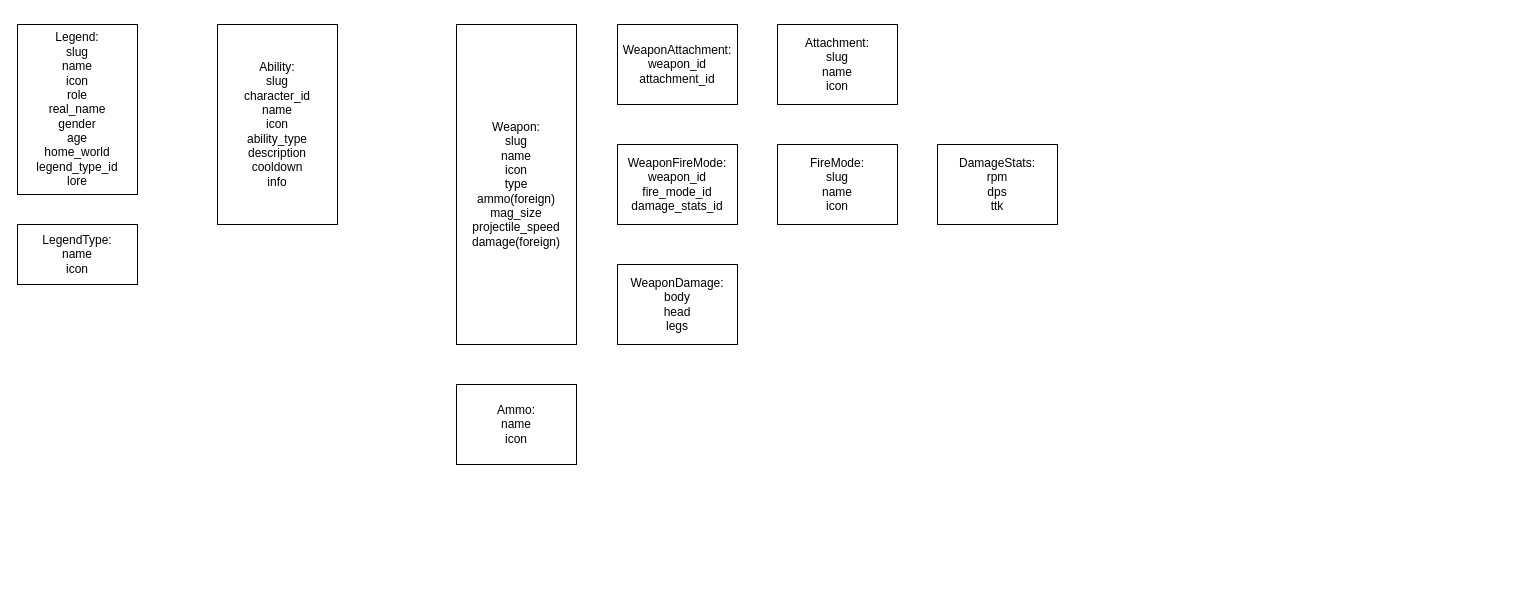
The draw.io diagram docs/db_diagram_v1.0.drawio in mys1erious/apex-buff-backend, before the edit. Source tidied: cells renumbered, new cells numbered last; positions are measured from the earlier drawing's top-left corner, leaving out a move shared by most shapes. Both pictures are drawn from the tidied source at 100%, with x=0, y=0 at pixel (17, 24).
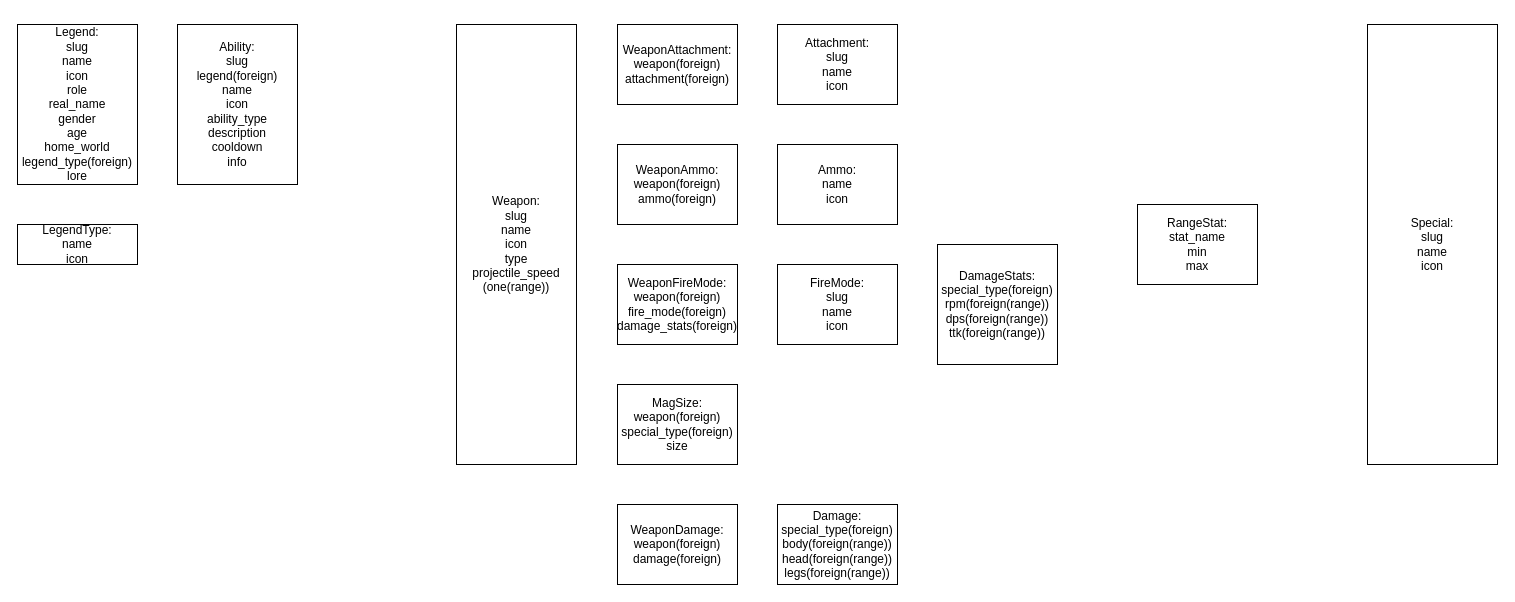
After the change.

Change to the diagram source:
```diff
@@
 <mxGraphModel>
   <root>
     <mxCell id="0" />
     <mxCell id="1" parent="0" />
     <mxCell id="2" style="edgeStyle=orthogonalEdgeStyle;rounded=0;orthogonalLoop=1;jettySize=auto;html=1;exitX=0.5;exitY=0;exitDx=0;exitDy=0;exitPerimeter=0;entryX=0.5;entryY=0;entryDx=0;entryDy=0;" parent="1" edge="1" source="3" target="3">
       <mxGeometry relative="1" as="geometry" />
     </mxCell>
-    <mxCell id="3" value="Legend:&lt;br&gt;slug&lt;br&gt;name&lt;br&gt;icon&lt;br&gt;role&lt;br&gt;real_name&lt;br&gt;gender&lt;br&gt;age&lt;br&gt;home_world&lt;br&gt;legend_type_id&lt;br&gt;lore" style="rounded=0;whiteSpace=wrap;html=1;" parent="1" vertex="1">
-      <mxGeometry width="120" height="170" as="geometry" />
+    <mxCell id="3" value="Legend:&lt;br&gt;slug&lt;br&gt;name&lt;br&gt;icon&lt;br&gt;role&lt;br&gt;real_name&lt;br&gt;gender&lt;br&gt;age&lt;br&gt;home_world&lt;br&gt;legend_type(foreign)&lt;br&gt;lore" style="rounded=0;whiteSpace=wrap;html=1;" parent="1" vertex="1">
+      <mxGeometry width="120" height="160" as="geometry" />
     </mxCell>
-    <mxCell id="4" value="Ability:&lt;br&gt;slug&lt;br&gt;character_id&lt;br&gt;name&lt;br&gt;icon&lt;br&gt;ability_type&lt;br&gt;description&lt;br&gt;cooldown&lt;br&gt;info" style="rounded=0;whiteSpace=wrap;html=1;" parent="1" vertex="1">
-      <mxGeometry x="200" width="120" height="200" as="geometry" />
+    <mxCell id="4" value="Ability:&lt;br&gt;slug&lt;br&gt;legend(foreign)&lt;br&gt;name&lt;br&gt;icon&lt;br&gt;ability_type&lt;br&gt;description&lt;br&gt;cooldown&lt;br&gt;info" style="rounded=0;whiteSpace=wrap;html=1;" parent="1" vertex="1">
+      <mxGeometry x="160" width="120" height="160" as="geometry" />
     </mxCell>
-    <mxCell id="5" value="Weapon:&lt;br&gt;slug&lt;br&gt;name&lt;br&gt;icon&lt;br&gt;type&lt;br&gt;ammo(foreign)&lt;br&gt;mag_size&lt;br&gt;projectile_speed&lt;br&gt;damage(foreign)" style="rounded=0;whiteSpace=wrap;html=1;" parent="1" vertex="1">
-      <mxGeometry x="439" width="120" height="320" as="geometry" />
+    <mxCell id="5" value="Weapon:&lt;br&gt;slug&lt;br&gt;name&lt;br&gt;icon&lt;br&gt;type&lt;br&gt;projectile_speed&lt;br&gt;(one(range))" style="rounded=0;whiteSpace=wrap;html=1;" parent="1" vertex="1">
+      <mxGeometry x="439" width="120" height="440" as="geometry" />
     </mxCell>
     <mxCell id="6" value="LegendType:&lt;br&gt;name&lt;br&gt;icon" style="rounded=0;whiteSpace=wrap;html=1;" parent="1" vertex="1">
-      <mxGeometry y="200" width="120" height="60" as="geometry" />
+      <mxGeometry y="200" width="120" height="40" as="geometry" />
     </mxCell>
     <mxCell id="7" value="Ammo:&lt;br&gt;name&lt;br&gt;icon" style="rounded=0;whiteSpace=wrap;html=1;" parent="1" vertex="1">
-      <mxGeometry x="439" y="360" width="120" height="80" as="geometry" />
+      <mxGeometry x="760" y="120" width="120" height="80" as="geometry" />
     </mxCell>
     <mxCell id="8" value="Attachment:&lt;br&gt;slug&lt;br&gt;name&lt;br&gt;icon" style="rounded=0;whiteSpace=wrap;html=1;" parent="1" vertex="1">
       <mxGeometry x="760" width="120" height="80" as="geometry" />
     </mxCell>
-    <mxCell id="9" value="WeaponAttachment:&lt;br&gt;weapon_id&lt;br&gt;attachment_id" style="rounded=0;whiteSpace=wrap;html=1;" parent="1" vertex="1">
+    <mxCell id="9" value="WeaponAttachment:&lt;br&gt;weapon(foreign)&lt;br&gt;attachment(foreign)" style="rounded=0;whiteSpace=wrap;html=1;" parent="1" vertex="1">
       <mxGeometry x="600" width="120" height="80" as="geometry" />
     </mxCell>
     <mxCell id="10" value="FireMode:&lt;br&gt;slug&lt;br&gt;name&lt;br&gt;icon" style="rounded=0;whiteSpace=wrap;html=1;" parent="1" vertex="1">
-      <mxGeometry x="760" y="120" width="120" height="80" as="geometry" />
+      <mxGeometry x="760" y="240" width="120" height="80" as="geometry" />
     </mxCell>
-    <mxCell id="11" value="WeaponFireMode:&lt;br&gt;weapon_id&lt;br&gt;fire_mode_id&lt;br&gt;damage_stats_id" style="rounded=0;whiteSpace=wrap;html=1;" parent="1" vertex="1">
-      <mxGeometry x="600" y="120" width="120" height="80" as="geometry" />
+    <mxCell id="11" value="WeaponFireMode:&lt;br&gt;weapon(foreign)&lt;br&gt;fire_mode(foreign)&lt;br&gt;damage_stats(foreign)" style="rounded=0;whiteSpace=wrap;html=1;" parent="1" vertex="1">
+      <mxGeometry x="600" y="240" width="120" height="80" as="geometry" />
     </mxCell>
-    <mxCell id="12" value="WeaponDamage:&lt;br&gt;body&lt;br&gt;head&lt;br&gt;legs" style="rounded=0;whiteSpace=wrap;html=1;" parent="1" vertex="1">
-      <mxGeometry x="600" y="240" width="120" height="80" as="geometry" />
+    <mxCell id="12" value="Damage:&lt;br&gt;special_type(foreign)&lt;br&gt;body(foreign(range))&lt;br&gt;head(foreign(range))&lt;br&gt;legs(foreign(range))" style="rounded=0;whiteSpace=wrap;html=1;" parent="1" vertex="1">
+      <mxGeometry x="760" y="480" width="120" height="80" as="geometry" />
     </mxCell>
-    <mxCell id="13" value="DamageStats:&lt;br&gt;rpm&lt;br&gt;dps&lt;br&gt;ttk" style="rounded=0;whiteSpace=wrap;html=1;" parent="1" vertex="1">
-      <mxGeometry x="920" y="120" width="120" height="80" as="geometry" />
+    <mxCell id="13" value="DamageStats:&lt;br&gt;special_type(foreign)&lt;br&gt;rpm(foreign(range))&lt;br&gt;dps(foreign(range))&lt;br&gt;ttk(foreign(range))" style="rounded=0;whiteSpace=wrap;html=1;" parent="1" vertex="1">
+      <mxGeometry x="920" y="220" width="120" height="120" as="geometry" />
     </mxCell>
+    <mxCell id="14" value="WeaponAmmo:&lt;br&gt;weapon(foreign)&lt;br&gt;ammo(foreign)" style="rounded=0;whiteSpace=wrap;html=1;" parent="1" vertex="1">
+      <mxGeometry x="600" y="120" width="120" height="80" as="geometry" />
+    </mxCell>
+    <mxCell id="15" value="RangeStat:&lt;br&gt;stat_name&lt;br&gt;min&lt;br&gt;max" style="rounded=0;whiteSpace=wrap;html=1;" parent="1" vertex="1">
+      <mxGeometry x="1120" y="180" width="120" height="80" as="geometry" />
+    </mxCell>
+    <mxCell id="16" value="Special:&lt;br&gt;slug&lt;br&gt;name&lt;br&gt;icon" style="rounded=0;whiteSpace=wrap;html=1;" parent="1" vertex="1">
+      <mxGeometry x="1350" width="130" height="440" as="geometry" />
+    </mxCell>
+    <mxCell id="17" value="MagSize:&lt;br&gt;weapon(foreign)&lt;br&gt;special_type(foreign)&lt;br&gt;size" style="rounded=0;whiteSpace=wrap;html=1;" parent="1" vertex="1">
+      <mxGeometry x="600" y="360" width="120" height="80" as="geometry" />
+    </mxCell>
+    <mxCell id="18" value="WeaponDamage:&lt;br&gt;weapon(foreign)&lt;br&gt;damage(foreign)" style="rounded=0;whiteSpace=wrap;html=1;" parent="1" vertex="1">
+      <mxGeometry x="600" y="480" width="120" height="80" as="geometry" />
+    </mxCell>
   </root>
 </mxGraphModel>
```
